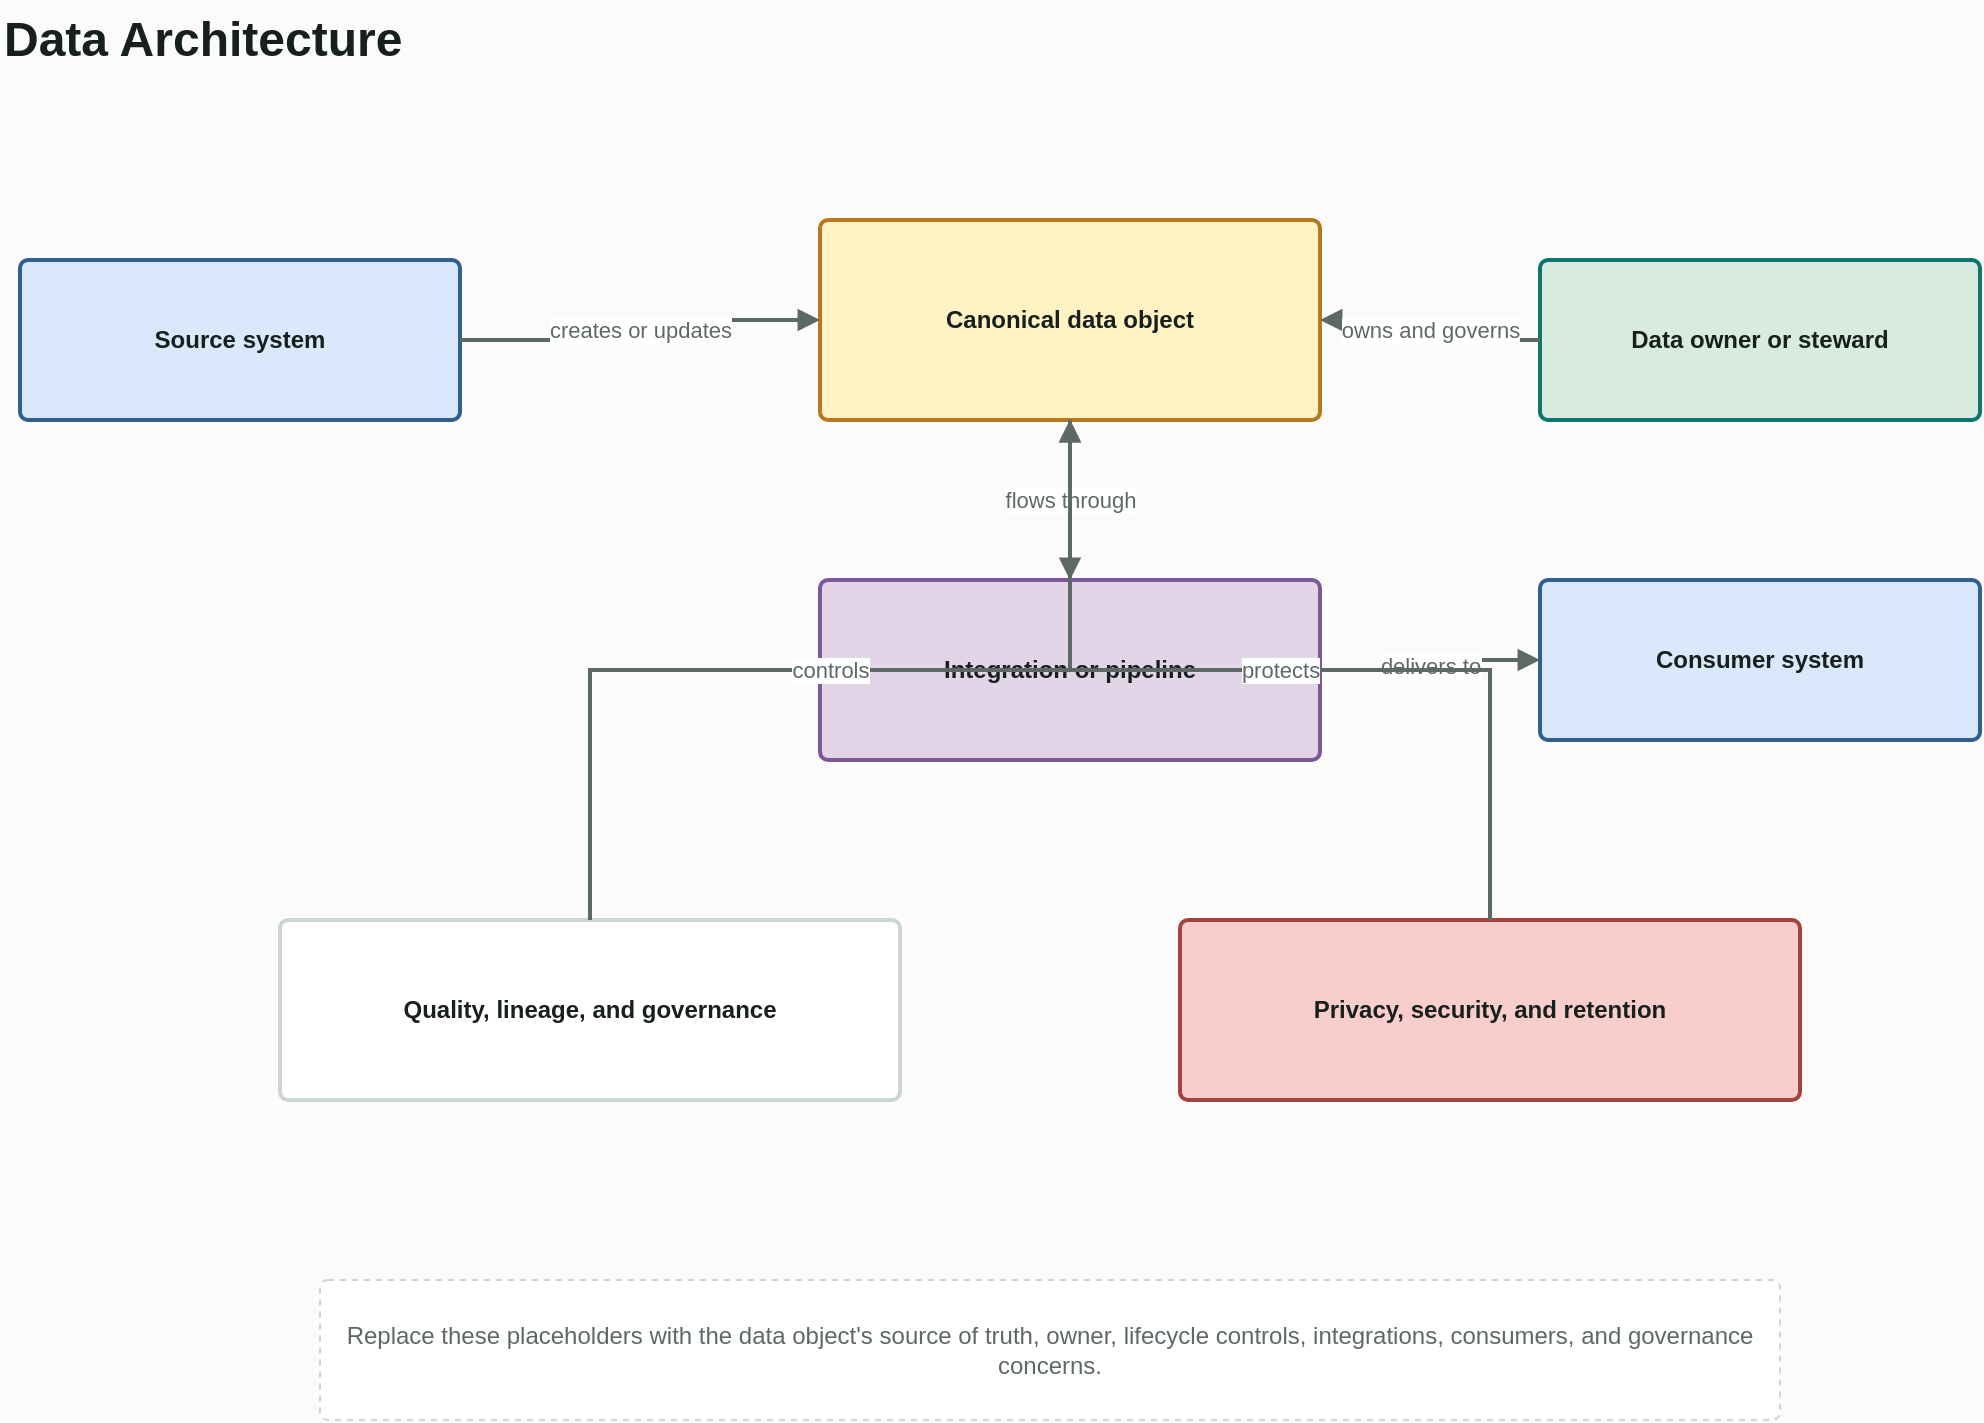
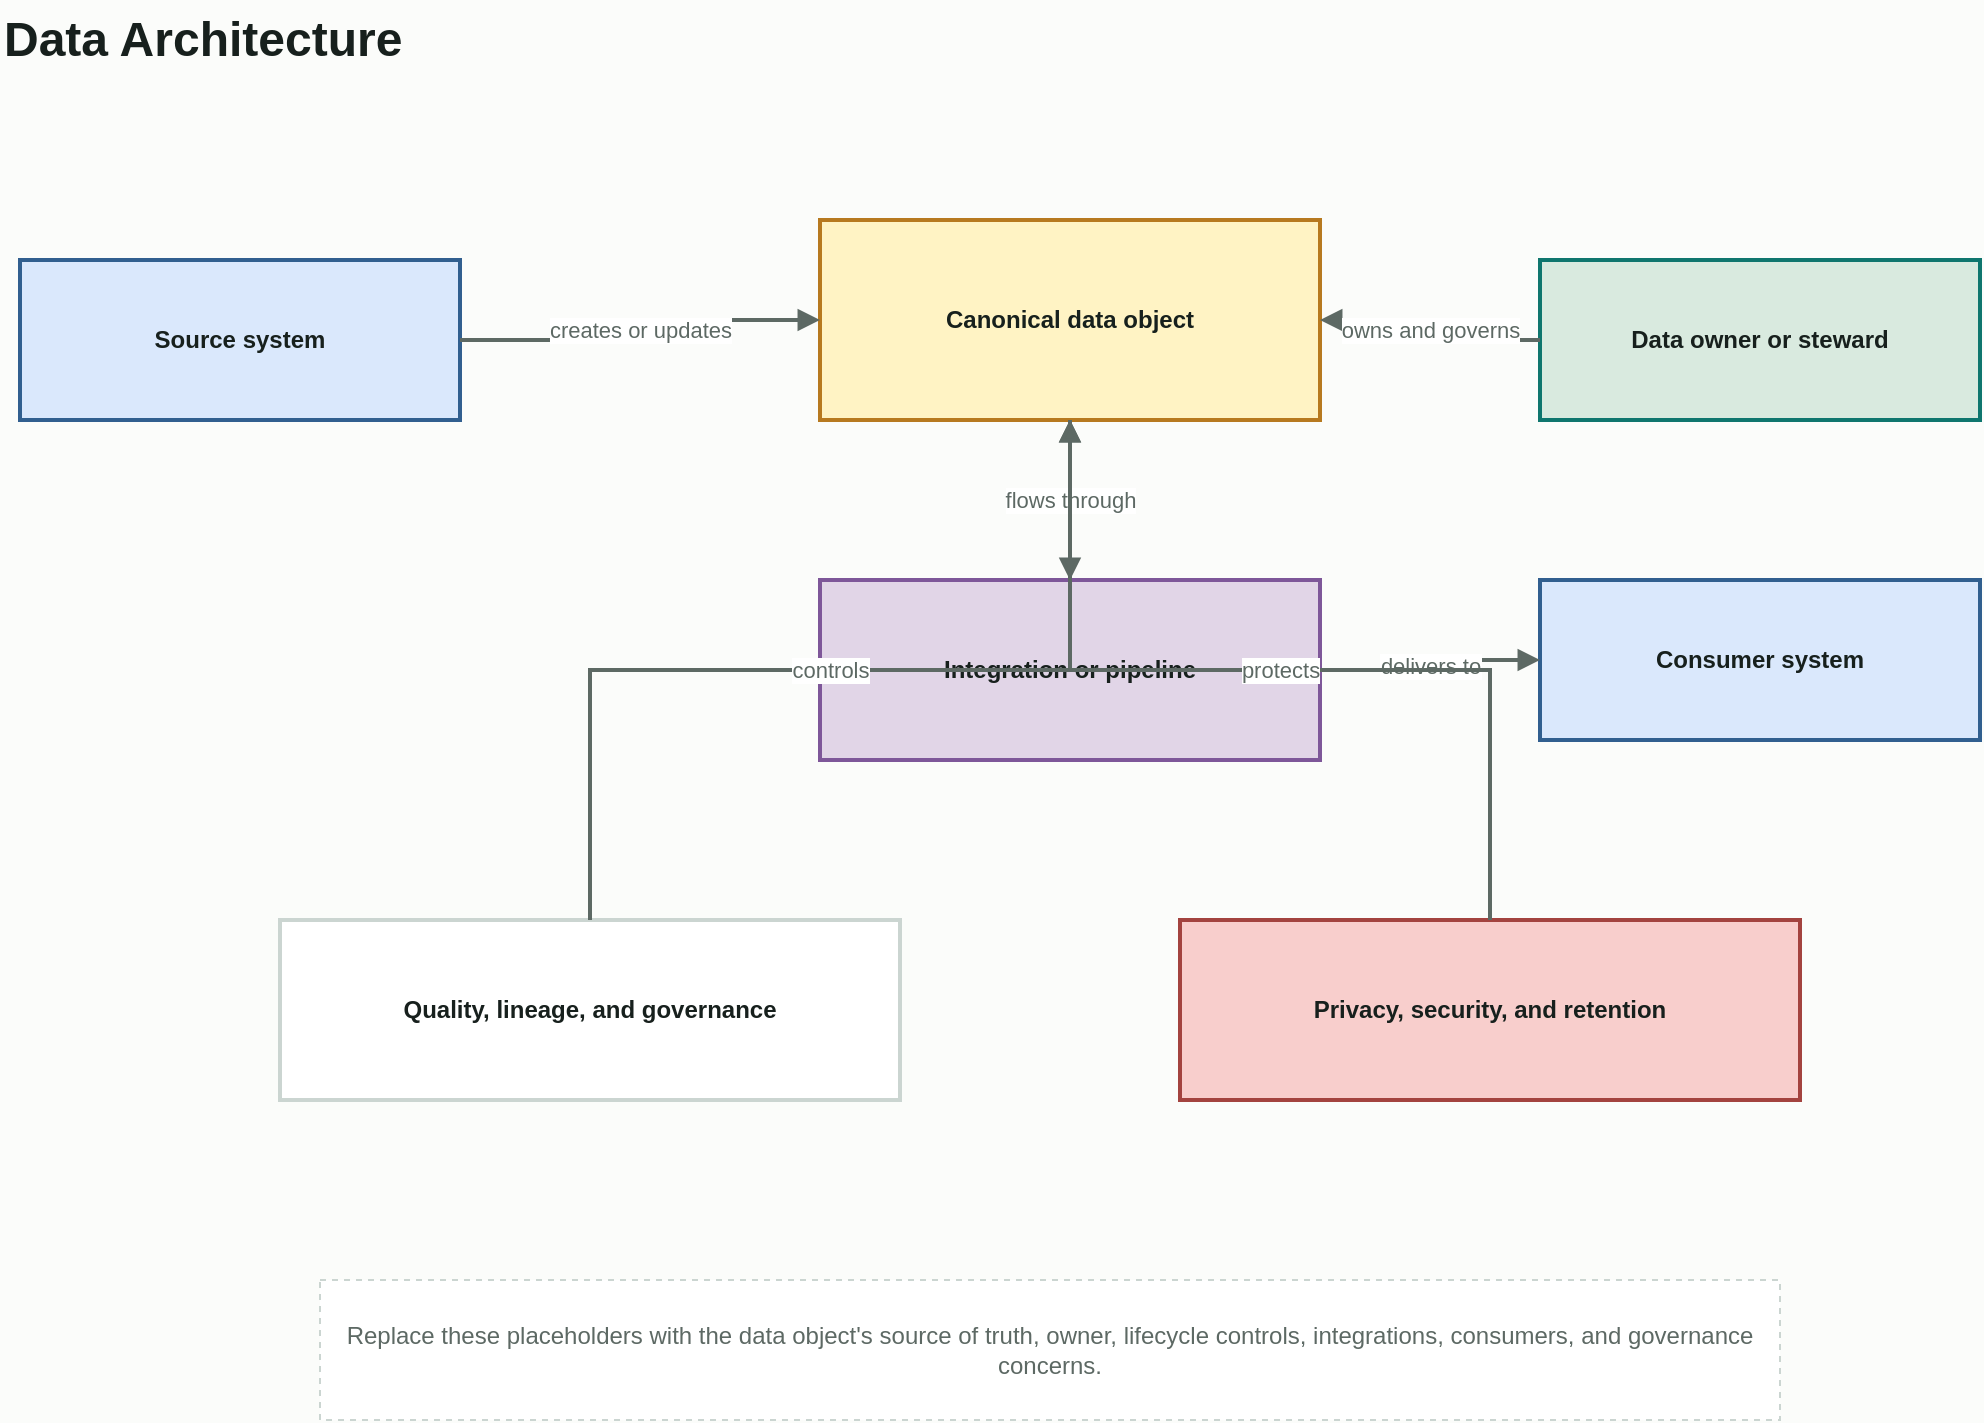
<mxfile host="app.diagrams.net" modified="2026-05-27T00:00:00.000Z" agent="AI Architecture Toolkit" version="24.7.17">
  <diagram id="data-architecture-diagram" name="Data Architecture">
    <mxGraphModel dx="1200" dy="800" grid="1" gridSize="10" guides="1" tooltips="1" connect="1" arrows="1" fold="1" page="1" pageScale="1" pageWidth="1169" pageHeight="827" background="#fbfcfa" math="0" shadow="0">
      <root>
        <mxCell id="0" />
        <mxCell id="1" parent="0" />
        <mxCell id="title" value="Data Architecture" style="text;html=1;strokeColor=none;fillColor=none;align=left;verticalAlign=middle;fontStyle=1;fontSize=24;fontColor=#17201d;" vertex="1" parent="1">
          <mxGeometry x="60" y="40" width="420" height="40" as="geometry" />
        </mxCell>
-         <mxCell id="source-system" value="Source system" style="rounded=1;whiteSpace=wrap;html=1;arcSize=8;absoluteArcSize=1;spacing=12;fillColor=#dae8fc;strokeColor=#315f8f;fontColor=#17201d;fontStyle=1;strokeWidth=2;" vertex="1" parent="1">
+         <mxCell id="source-system" value="Source system" style="rounded=0;whiteSpace=wrap;html=1;spacing=12;fillColor=#dae8fc;strokeColor=#315f8f;fontColor=#17201d;fontStyle=1;strokeWidth=2;" vertex="1" parent="1">
          <mxGeometry x="70" y="170" width="220" height="80" as="geometry" />
        </mxCell>
-         <mxCell id="canonical-data-object" value="Canonical data object" style="rounded=1;whiteSpace=wrap;html=1;arcSize=8;absoluteArcSize=1;spacing=12;fillColor=#fff3c4;strokeColor=#b7791f;fontColor=#17201d;fontStyle=1;strokeWidth=2;" vertex="1" parent="1">
+         <mxCell id="canonical-data-object" value="Canonical data object" style="rounded=0;whiteSpace=wrap;html=1;spacing=12;fillColor=#fff3c4;strokeColor=#b7791f;fontColor=#17201d;fontStyle=1;strokeWidth=2;" vertex="1" parent="1">
          <mxGeometry x="470" y="150" width="250" height="100" as="geometry" />
        </mxCell>
-         <mxCell id="data-owner" value="Data owner or steward" style="rounded=1;whiteSpace=wrap;html=1;arcSize=8;absoluteArcSize=1;spacing=12;fillColor=#d9eadf;strokeColor=#0f766e;fontColor=#17201d;fontStyle=1;strokeWidth=2;" vertex="1" parent="1">
+         <mxCell id="data-owner" value="Data owner or steward" style="rounded=0;whiteSpace=wrap;html=1;spacing=12;fillColor=#d9eadf;strokeColor=#0f766e;fontColor=#17201d;fontStyle=1;strokeWidth=2;" vertex="1" parent="1">
          <mxGeometry x="830" y="170" width="220" height="80" as="geometry" />
        </mxCell>
-         <mxCell id="integration-or-pipeline" value="Integration or pipeline" style="rounded=1;whiteSpace=wrap;html=1;arcSize=8;absoluteArcSize=1;spacing=12;fillColor=#e1d5e7;strokeColor=#7e5799;fontColor=#17201d;fontStyle=1;strokeWidth=2;" vertex="1" parent="1">
+         <mxCell id="integration-or-pipeline" value="Integration or pipeline" style="rounded=0;whiteSpace=wrap;html=1;spacing=12;fillColor=#e1d5e7;strokeColor=#7e5799;fontColor=#17201d;fontStyle=1;strokeWidth=2;" vertex="1" parent="1">
          <mxGeometry x="470" y="330" width="250" height="90" as="geometry" />
        </mxCell>
-         <mxCell id="consumer-system" value="Consumer system" style="rounded=1;whiteSpace=wrap;html=1;arcSize=8;absoluteArcSize=1;spacing=12;fillColor=#dae8fc;strokeColor=#315f8f;fontColor=#17201d;fontStyle=1;strokeWidth=2;" vertex="1" parent="1">
+         <mxCell id="consumer-system" value="Consumer system" style="rounded=0;whiteSpace=wrap;html=1;spacing=12;fillColor=#dae8fc;strokeColor=#315f8f;fontColor=#17201d;fontStyle=1;strokeWidth=2;" vertex="1" parent="1">
          <mxGeometry x="830" y="330" width="220" height="80" as="geometry" />
        </mxCell>
-         <mxCell id="quality-governance" value="Quality, lineage, and governance" style="rounded=1;whiteSpace=wrap;html=1;arcSize=8;absoluteArcSize=1;spacing=12;fillColor=#ffffff;strokeColor=#cbd5d1;fontColor=#17201d;fontStyle=1;strokeWidth=2;" vertex="1" parent="1">
+         <mxCell id="quality-governance" value="Quality, lineage, and governance" style="rounded=0;whiteSpace=wrap;html=1;spacing=12;fillColor=#ffffff;strokeColor=#cbd5d1;fontColor=#17201d;fontStyle=1;strokeWidth=2;" vertex="1" parent="1">
          <mxGeometry x="200" y="500" width="310" height="90" as="geometry" />
        </mxCell>
-         <mxCell id="privacy-security" value="Privacy, security, and retention" style="rounded=1;whiteSpace=wrap;html=1;arcSize=8;absoluteArcSize=1;spacing=12;fillColor=#f8cecc;strokeColor=#a3433f;fontColor=#17201d;fontStyle=1;strokeWidth=2;" vertex="1" parent="1">
+         <mxCell id="privacy-security" value="Privacy, security, and retention" style="rounded=0;whiteSpace=wrap;html=1;spacing=12;fillColor=#f8cecc;strokeColor=#a3433f;fontColor=#17201d;fontStyle=1;strokeWidth=2;" vertex="1" parent="1">
          <mxGeometry x="650" y="500" width="310" height="90" as="geometry" />
        </mxCell>
        <mxCell id="edge-source-data" value="creates or updates" style="edgeStyle=orthogonalEdgeStyle;rounded=0;orthogonalLoop=1;jettySize=auto;html=1;endArrow=block;strokeColor=#5d6964;fontColor=#5d6964;strokeWidth=2;" edge="1" parent="1" source="source-system" target="canonical-data-object">
          <mxGeometry relative="1" as="geometry" />
        </mxCell>
        <mxCell id="edge-owner-data" value="owns and governs" style="edgeStyle=orthogonalEdgeStyle;rounded=0;orthogonalLoop=1;jettySize=auto;html=1;endArrow=block;strokeColor=#5d6964;fontColor=#5d6964;strokeWidth=2;" edge="1" parent="1" source="data-owner" target="canonical-data-object">
          <mxGeometry relative="1" as="geometry" />
        </mxCell>
        <mxCell id="edge-data-pipeline" value="flows through" style="edgeStyle=orthogonalEdgeStyle;rounded=0;orthogonalLoop=1;jettySize=auto;html=1;endArrow=block;strokeColor=#5d6964;fontColor=#5d6964;strokeWidth=2;" edge="1" parent="1" source="canonical-data-object" target="integration-or-pipeline">
          <mxGeometry relative="1" as="geometry" />
        </mxCell>
        <mxCell id="edge-pipeline-consumer" value="delivers to" style="edgeStyle=orthogonalEdgeStyle;rounded=0;orthogonalLoop=1;jettySize=auto;html=1;endArrow=block;strokeColor=#5d6964;fontColor=#5d6964;strokeWidth=2;" edge="1" parent="1" source="integration-or-pipeline" target="consumer-system">
          <mxGeometry relative="1" as="geometry" />
        </mxCell>
        <mxCell id="edge-quality-data" value="controls" style="edgeStyle=orthogonalEdgeStyle;rounded=0;orthogonalLoop=1;jettySize=auto;html=1;endArrow=block;strokeColor=#5d6964;fontColor=#5d6964;strokeWidth=2;" edge="1" parent="1" source="quality-governance" target="canonical-data-object">
          <mxGeometry relative="1" as="geometry" />
        </mxCell>
        <mxCell id="edge-security-data" value="protects" style="edgeStyle=orthogonalEdgeStyle;rounded=0;orthogonalLoop=1;jettySize=auto;html=1;endArrow=block;strokeColor=#5d6964;fontColor=#5d6964;strokeWidth=2;" edge="1" parent="1" source="privacy-security" target="canonical-data-object">
          <mxGeometry relative="1" as="geometry" />
        </mxCell>
-         <mxCell id="note" value="Replace these placeholders with the data object's source of truth, owner, lifecycle controls, integrations, consumers, and governance concerns." style="rounded=1;whiteSpace=wrap;html=1;arcSize=8;absoluteArcSize=1;spacing=12;fillColor=#ffffff;strokeColor=#cbd5d1;fontColor=#5d6964;dashed=1;" vertex="1" parent="1">
+         <mxCell id="note" value="Replace these placeholders with the data object's source of truth, owner, lifecycle controls, integrations, consumers, and governance concerns." style="rounded=0;whiteSpace=wrap;html=1;spacing=12;fillColor=#ffffff;strokeColor=#cbd5d1;fontColor=#5d6964;dashed=1;" vertex="1" parent="1">
          <mxGeometry x="220" y="680" width="730" height="70" as="geometry" />
        </mxCell>
      </root>
    </mxGraphModel>
  </diagram>
</mxfile>
